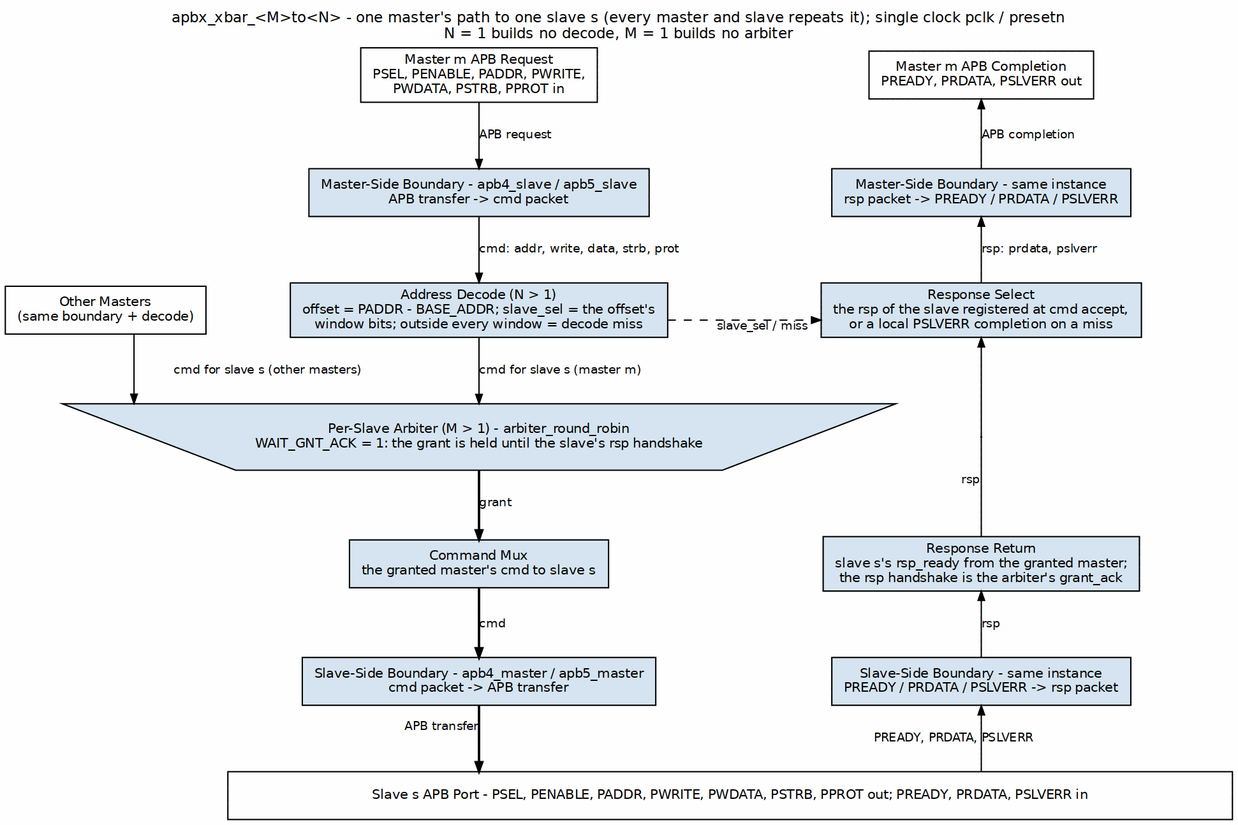
Above: projects/components/fabric-gen-ip/lattice-apbx-xbar/docs/lattice_has/assets/graphviz/lattice_block_diagram.png in sean-galloway/RTLDesignSherpa (Graphviz), before the change. Its source is kept beside it as projects/components/fabric-gen-ip/lattice-apbx-xbar/docs/lattice_has/assets/graphviz/lattice_block_diagram.dot. The source it was exported from:
```dot
digraph lattice_block_diagram {
    graph [rankdir=TB, bgcolor="white", fontname="Helvetica", fontsize=11,
           nodesep="0.45", ranksep="0.55", splines=ortho, labelloc=t,
           label="apbx_xbar_<M>to<N> - one master's path to one slave s (every master and slave repeats it); single clock pclk / presetn\nN = 1 builds no decode, M = 1 builds no arbiter"];
    node  [fontname="Helvetica", fontsize=10, shape=box, style=filled,
           fillcolor="#D6E4F0", color="black", margin="0.12,0.06"];
    edge  [fontname="Helvetica", fontsize=9, color="black", arrowsize=0.7];

    pc [label="Master m APB Request\nPSEL, PENABLE, PADDR, PWRITE,\nPWDATA, PSTRB, PPROT in", fillcolor="white", group=C];
    pr [label="Master m APB Completion\nPREADY, PRDATA, PSLVERR out", fillcolor="white", group=R];
    { rank=same; pc; pr; }
    pc -> pr [style=invis];

    bc [label="Master-Side Boundary - apb4_slave / apb5_slave\nAPB transfer -> cmd packet", group=C];
    br [label="Master-Side Boundary - same instance\nrsp packet -> PREADY / PRDATA / PSLVERR", group=R];
    { rank=same; bc; br; }
    bc -> br [style=invis];

    others [label="Other Masters\n(same boundary + decode)", fillcolor="white"];
    dec [label="Address Decode (N > 1)\noffset = PADDR - BASE_ADDR; slave_sel = the offset's\nwindow bits; outside every window = decode miss", group=C];
    rsel [label="Response Select\nthe rsp of the slave registered at cmd accept,\nor a local PSLVERR completion on a miss", group=R];
    { rank=same; others; dec; rsel; }
    others -> dec -> rsel [style=invis];

    arb [label="Per-Slave Arbiter (M > 1) - arbiter_round_robin\nWAIT_GNT_ACK = 1: the grant is held until the slave's rsp handshake",
         shape=invtrapezium, width=6.0, height=0.7, group=C];
    pr3 [shape=point, width=0.01, label="", group=R];
    { rank=same; arb; pr3; }
    arb -> pr3 [style=invis];

    mux [label="Command Mux\nthe granted master's cmd to slave s", group=C];
    rrdy [label="Response Return\nslave s's rsp_ready from the granted master;\nthe rsp handshake is the arbiter's grant_ack", group=R];
    { rank=same; mux; rrdy; }
    mux -> rrdy [style=invis];

    sc [label="Slave-Side Boundary - apb4_master / apb5_master\ncmd packet -> APB transfer", group=C];
    sr [label="Slave-Side Boundary - same instance\nPREADY / PRDATA / PSLVERR -> rsp packet", group=R];
    { rank=same; sc; sr; }
    sc -> sr [style=invis];

    bar [label="Slave s APB Port - PSEL, PENABLE, PADDR, PWRITE, PWDATA, PSTRB, PPROT out; PREADY, PRDATA, PSLVERR in",
         fillcolor="white", width=10.5];

    pc -> bc [label="APB request"];
    bc -> dec [label="cmd: addr, write, data, strb, prot"];
    dec -> arb [label="cmd for slave s (master m)"];
    others -> arb [label="cmd for slave s (other masters)"];
    arb -> mux [label="grant", penwidth=1.8];
    mux -> sc [label="cmd", penwidth=1.8];
    sc -> bar [xlabel="APB transfer", penwidth=1.8];
    dec -> rsel [style=dashed, xlabel="slave_sel / miss"];

    pr -> br [dir=back, label="APB completion"];
    br -> rsel [dir=back, label="rsp: prdata, pslverr"];
    rsel -> pr3 [dir=back];
    pr3 -> rrdy [dir=none, xlabel="rsp"];
    rrdy -> sr [dir=back, label="rsp"];
    sr -> bar [dir=back, label="PREADY, PRDATA, PSLVERR"];
}
```
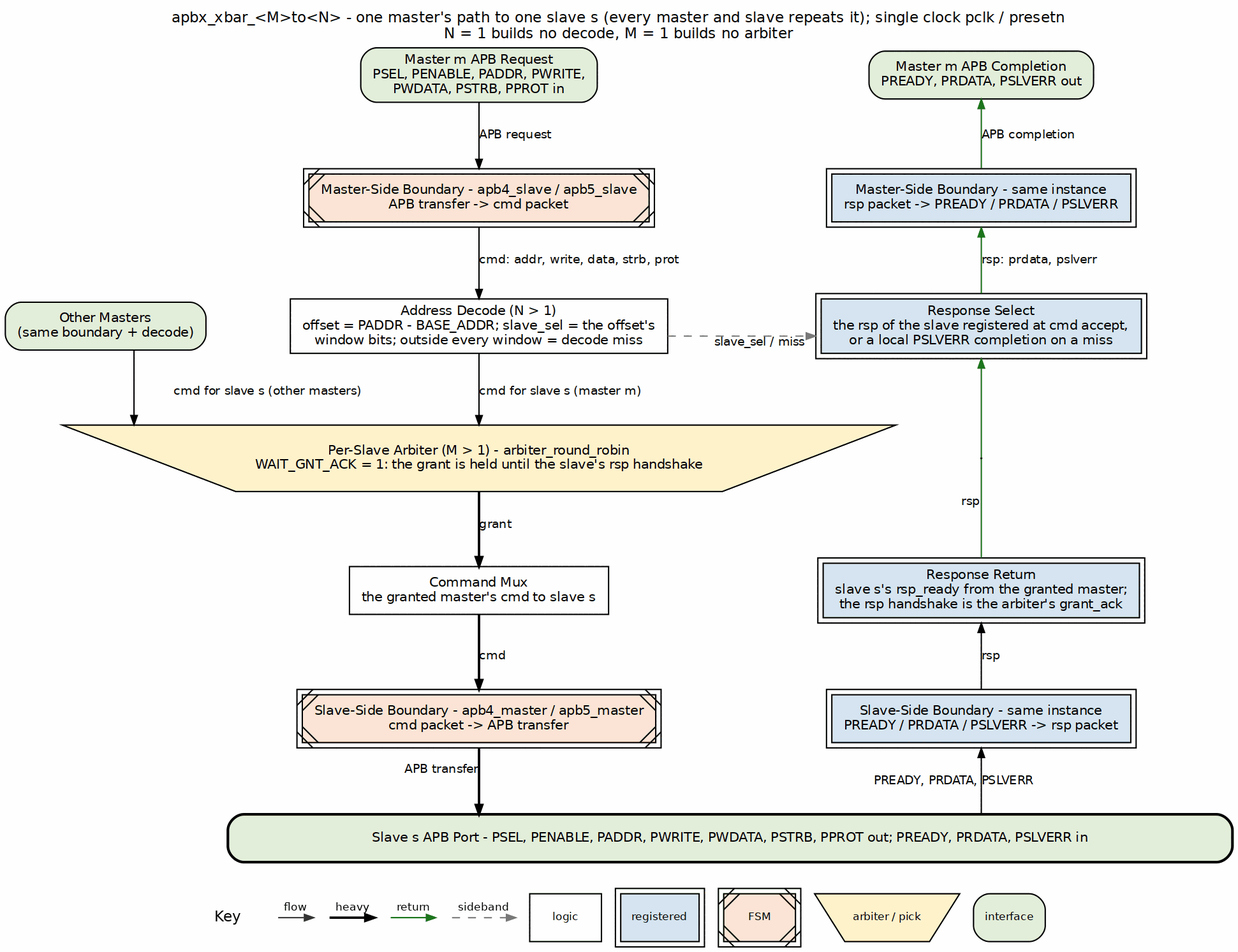
The same file after the commit.

What changed in the source:
```diff
@@ -3,43 +3,43 @@
            nodesep="0.45", ranksep="0.55", splines=ortho, labelloc=t,
            label="apbx_xbar_<M>to<N> - one master's path to one slave s (every master and slave repeats it); single clock pclk / presetn\nN = 1 builds no decode, M = 1 builds no arbiter"];
     node  [fontname="Helvetica", fontsize=10, shape=box, style=filled,
-           fillcolor="#D6E4F0", color="black", margin="0.12,0.06"];
+           fillcolor="white", color="black", margin="0.12,0.06"];
     edge  [fontname="Helvetica", fontsize=9, color="black", arrowsize=0.7];
 
-    pc [label="Master m APB Request\nPSEL, PENABLE, PADDR, PWRITE,\nPWDATA, PSTRB, PPROT in", fillcolor="white", group=C];
-    pr [label="Master m APB Completion\nPREADY, PRDATA, PSLVERR out", fillcolor="white", group=R];
+    pc [label="Master m APB Request\nPSEL, PENABLE, PADDR, PWRITE,\nPWDATA, PSTRB, PPROT in", fillcolor="white", group=C, style="rounded,filled", fillcolor="#E2EFDA"];
+    pr [label="Master m APB Completion\nPREADY, PRDATA, PSLVERR out", fillcolor="white", group=R, style="rounded,filled", fillcolor="#E2EFDA"];
     { rank=same; pc; pr; }
     pc -> pr [style=invis];
 
-    bc [label="Master-Side Boundary - apb4_slave / apb5_slave\nAPB transfer -> cmd packet", group=C];
-    br [label="Master-Side Boundary - same instance\nrsp packet -> PREADY / PRDATA / PSLVERR", group=R];
+    bc [label="Master-Side Boundary - apb4_slave / apb5_slave\nAPB transfer -> cmd packet", group=C, peripheries=2, style="filled,diagonals", fillcolor="#FCE4D6"];
+    br [label="Master-Side Boundary - same instance\nrsp packet -> PREADY / PRDATA / PSLVERR", group=R, peripheries=2, style="filled", fillcolor="#D6E4F0"];
     { rank=same; bc; br; }
     bc -> br [style=invis];
 
-    others [label="Other Masters\n(same boundary + decode)", fillcolor="white"];
-    dec [label="Address Decode (N > 1)\noffset = PADDR - BASE_ADDR; slave_sel = the offset's\nwindow bits; outside every window = decode miss", group=C];
-    rsel [label="Response Select\nthe rsp of the slave registered at cmd accept,\nor a local PSLVERR completion on a miss", group=R];
+    others [label="Other Masters\n(same boundary + decode)", fillcolor="white", style="rounded,filled", fillcolor="#E2EFDA"];
+    dec [label="Address Decode (N > 1)\noffset = PADDR - BASE_ADDR; slave_sel = the offset's\nwindow bits; outside every window = decode miss", group=C, style="filled", fillcolor="white"];
+    rsel [label="Response Select\nthe rsp of the slave registered at cmd accept,\nor a local PSLVERR completion on a miss", group=R, peripheries=2, style="filled", fillcolor="#D6E4F0"];
     { rank=same; others; dec; rsel; }
     others -> dec -> rsel [style=invis];
 
     arb [label="Per-Slave Arbiter (M > 1) - arbiter_round_robin\nWAIT_GNT_ACK = 1: the grant is held until the slave's rsp handshake",
-         shape=invtrapezium, width=6.0, height=0.7, group=C];
+         shape=invtrapezium, width=6.0, height=0.7, group=C, style="filled", fillcolor="#FFF2CC"];
     pr3 [shape=point, width=0.01, label="", group=R];
     { rank=same; arb; pr3; }
     arb -> pr3 [style=invis];
 
-    mux [label="Command Mux\nthe granted master's cmd to slave s", group=C];
-    rrdy [label="Response Return\nslave s's rsp_ready from the granted master;\nthe rsp handshake is the arbiter's grant_ack", group=R];
+    mux [label="Command Mux\nthe granted master's cmd to slave s", group=C, style="filled", fillcolor="white"];
+    rrdy [label="Response Return\nslave s's rsp_ready from the granted master;\nthe rsp handshake is the arbiter's grant_ack", group=R, peripheries=2, style="filled", fillcolor="#D6E4F0"];
     { rank=same; mux; rrdy; }
     mux -> rrdy [style=invis];
 
-    sc [label="Slave-Side Boundary - apb4_master / apb5_master\ncmd packet -> APB transfer", group=C];
-    sr [label="Slave-Side Boundary - same instance\nPREADY / PRDATA / PSLVERR -> rsp packet", group=R];
+    sc [label="Slave-Side Boundary - apb4_master / apb5_master\ncmd packet -> APB transfer", group=C, peripheries=2, style="filled,diagonals", fillcolor="#FCE4D6"];
+    sr [label="Slave-Side Boundary - same instance\nPREADY / PRDATA / PSLVERR -> rsp packet", group=R, peripheries=2, style="filled", fillcolor="#D6E4F0"];
     { rank=same; sc; sr; }
     sc -> sr [style=invis];
 
     bar [label="Slave s APB Port - PSEL, PENABLE, PADDR, PWRITE, PWDATA, PSTRB, PPROT out; PREADY, PRDATA, PSLVERR in",
-         fillcolor="white", width=10.5];
+         fillcolor="white", width=10.5, style="rounded,filled,bold", fillcolor="#E2EFDA"];
 
     pc -> bc [label="APB request"];
     bc -> dec [label="cmd: addr, write, data, strb, prot"];
@@ -48,12 +48,12 @@
     arb -> mux [label="grant", penwidth=1.8];
     mux -> sc [label="cmd", penwidth=1.8];
     sc -> bar [xlabel="APB transfer", penwidth=1.8];
-    dec -> rsel [style=dashed, xlabel="slave_sel / miss"];
+    dec -> rsel [style=dashed, color="#777777", xlabel="slave_sel / miss"];
 
-    pr -> br [dir=back, label="APB completion"];
-    br -> rsel [dir=back, label="rsp: prdata, pslverr"];
-    rsel -> pr3 [dir=back];
-    pr3 -> rrdy [dir=none, xlabel="rsp"];
+    pr -> br [color="#1A7A1A", dir=back, label="APB completion"];
+    br -> rsel [color="#1A7A1A", dir=back, label="rsp: prdata, pslverr"];
+    rsel -> pr3 [color="#1A7A1A", dir=back];
+    pr3 -> rrdy [color="#1A7A1A", dir=none, xlabel="rsp"];
     rrdy -> sr [dir=back, label="rsp"];
     sr -> bar [dir=back, label="PREADY, PRDATA, PSLVERR"];
 }
```
